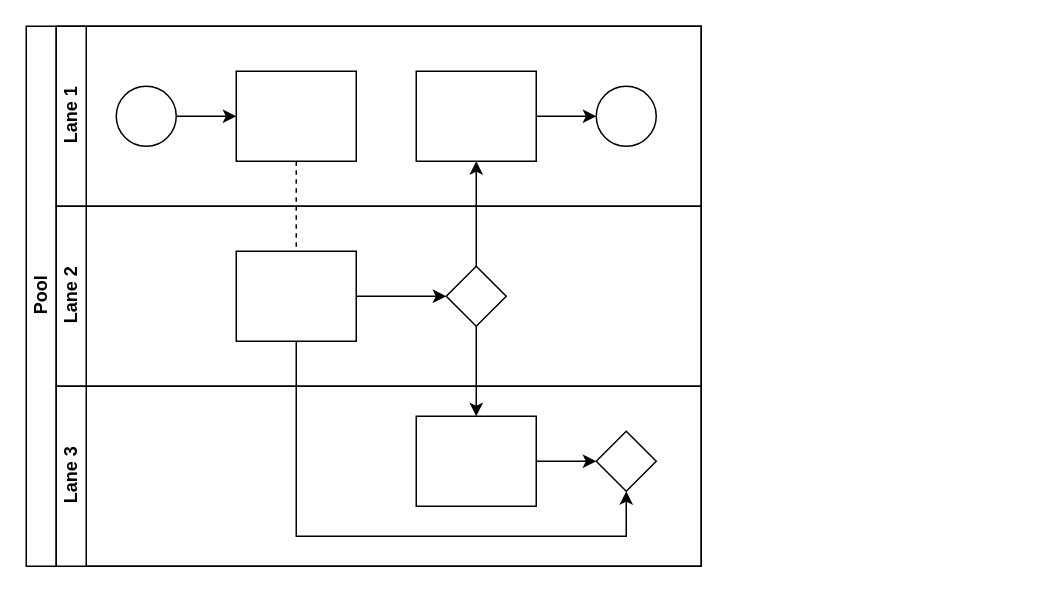
sdlbp/draw.io keeps this draw.io diagram as 交互判断.drawio. Above is the earlier version. Source tidied: cells renumbered, new cells numbered last; positions are measured from the earlier drawing's top-left corner, leaving out a move shared by most shapes. Both pictures are drawn from the tidied source at 150%, with x=0, y=0 at pixel (26, 26).
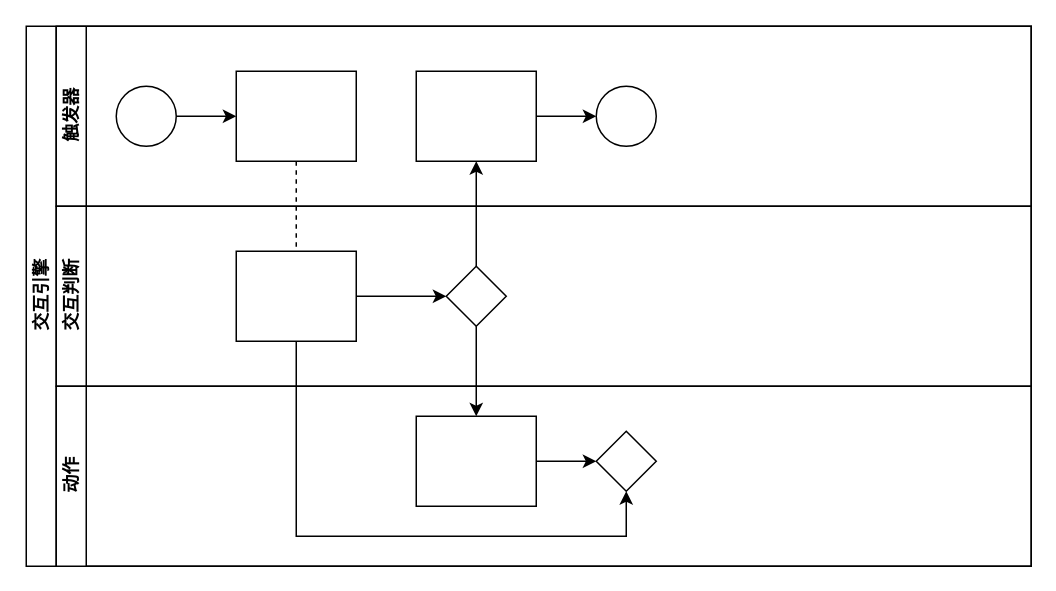
The same diagram, later.

Change to the diagram source:
```diff
@@
-    <mxCell id="2" value="Pool" style="swimlane;html=1;horizontal=0;startSize=20;" parent="1" vertex="1">
-      <mxGeometry width="450" height="360" as="geometry" />
+    <mxCell id="2" value="交互引擎" style="swimlane;html=1;horizontal=0;startSize=20;" parent="1" vertex="1">
+      <mxGeometry width="670" height="360" as="geometry" />
     </mxCell>
@@
-    <mxCell id="7" value="Lane 1" style="swimlane;html=1;startSize=20;horizontal=0;" parent="2" vertex="1">
-      <mxGeometry x="20" width="430" height="120" as="geometry" />
+    <mxCell id="7" value="触发器" style="swimlane;html=1;startSize=20;horizontal=0;" parent="2" vertex="1">
+      <mxGeometry x="20" width="650" height="120" as="geometry" />
     </mxCell>
@@
-    <mxCell id="14" value="Lane 2" style="swimlane;html=1;startSize=20;horizontal=0;" parent="2" vertex="1">
-      <mxGeometry x="20" y="120" width="430" height="120" as="geometry" />
+    <mxCell id="14" value="交互判断" style="swimlane;html=1;startSize=20;horizontal=0;" parent="2" vertex="1">
+      <mxGeometry x="20" y="120" width="650" height="120" as="geometry" />
     </mxCell>
@@
-    <mxCell id="18" value="Lane 3" style="swimlane;html=1;startSize=20;horizontal=0;" parent="2" vertex="1">
-      <mxGeometry x="20" y="240" width="430" height="120" as="geometry" />
+    <mxCell id="18" value="动作" style="swimlane;html=1;startSize=20;horizontal=0;" parent="2" vertex="1">
+      <mxGeometry x="20" y="240" width="650" height="120" as="geometry" />
     </mxCell>
```
